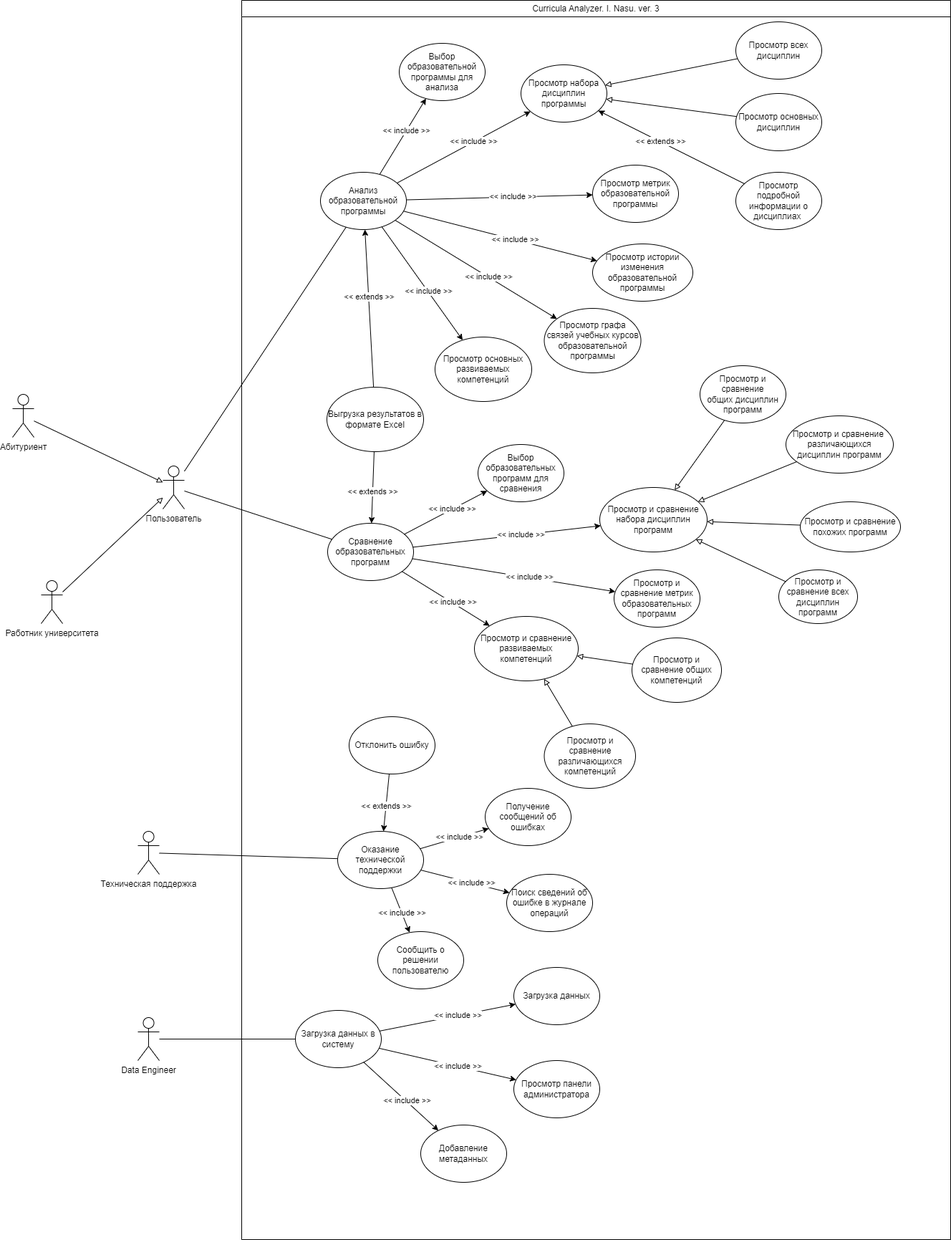
The draw.io diagram docs/HW 1/SSAD.png in yunas-x/Diploma, before a commit. Source tidied: cells renumbered, new cells last; positions are measured from the earlier drawing's top-left corner, leaving out a move shared by most shapes.
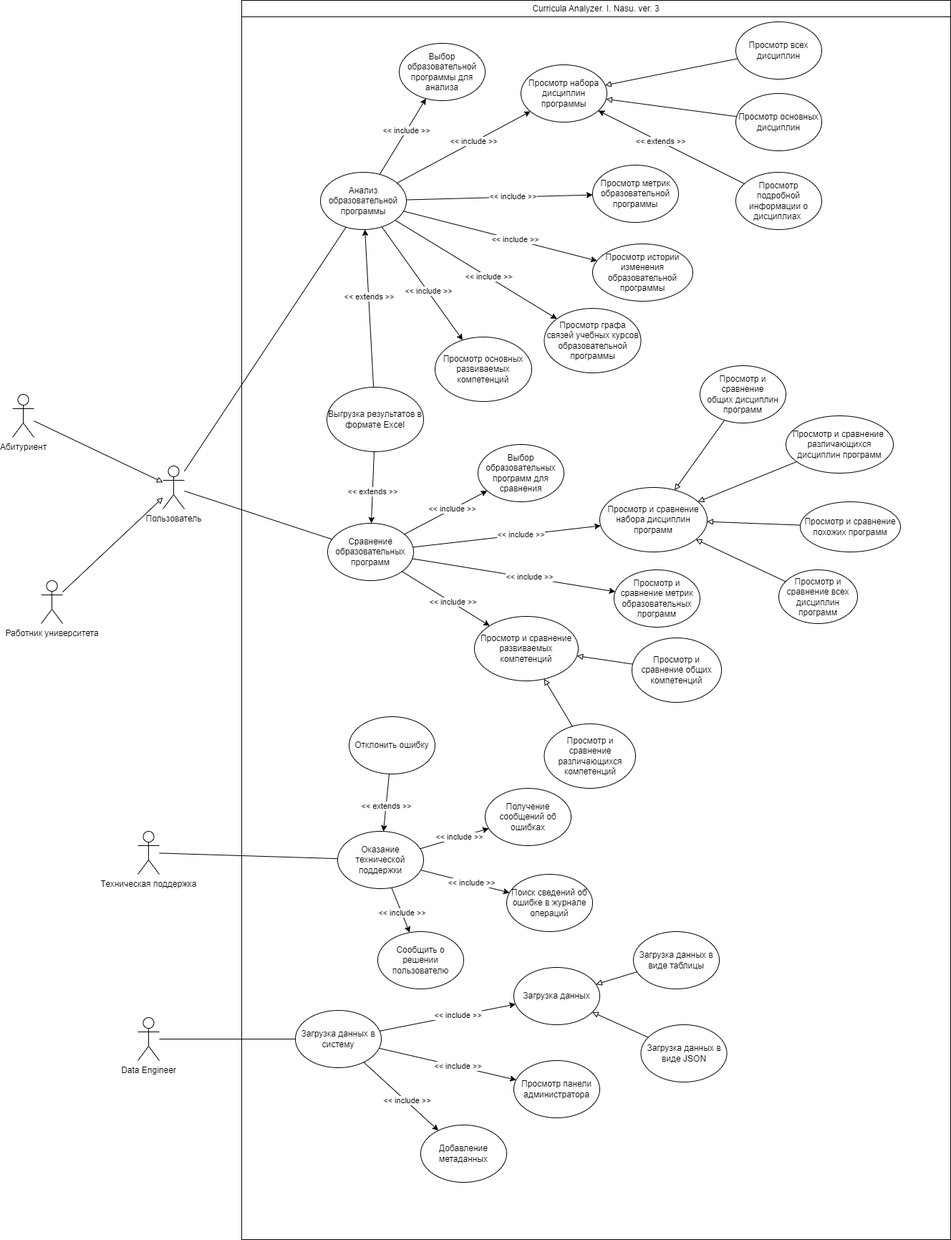
After the change.

The edit, as a diff of the source:
```diff
@@ -195,7 +195,7 @@
     <mxCell id="58" value="Загрузка данных" style="ellipse;whiteSpace=wrap;html=1;" parent="2" vertex="1">
       <mxGeometry x="380" y="1350" width="120" height="80" as="geometry" />
     </mxCell>
-    <mxCell id="59" style="rounded=0;jettySize=auto;html=1;" parent="2" edge="1" source="13" target="58">
+    <mxCell id="59" value="С" style="rounded=0;jettySize=auto;html=1;" parent="2" edge="1" source="13" target="58">
       <mxGeometry relative="1" as="geometry" />
     </mxCell>
     <mxCell id="60" value="&amp;lt;&amp;lt; include &amp;gt;&amp;gt;" style="edgeLabel;html=1;align=center;verticalAlign=middle;" parent="59" vertex="1">
@@ -258,8 +258,10 @@
         <mxPoint y="-1" as="offset" />
       </mxGeometry>
     </mxCell>
-    <mxCell id="76" style="rounded=0;jettySize=auto;html=1;" parent="2" edge="1" source="73" target="6">
-      <mxGeometry relative="1" as="geometry" />
+    <mxCell id="76" style="rounded=0;jettySize=auto;html=1;" parent="2" edge="1" source="73">
+      <mxGeometry relative="1" as="geometry">
+        <mxPoint x="181" y="730" as="targetPoint" />
+      </mxGeometry>
     </mxCell>
     <mxCell id="77" value="&amp;lt;&amp;lt; extends &amp;gt;&amp;gt;" style="edgeLabel;html=1;align=center;verticalAlign=middle;" parent="76" vertex="1">
       <mxGeometry x="0.15" relative="1" as="geometry">
@@ -288,6 +290,18 @@
         <mxPoint y="-1" as="offset" />
       </mxGeometry>
     </mxCell>
+    <mxCell id="93" value="Загрузка данных в виде таблицы" style="ellipse;whiteSpace=wrap;html=1;" parent="2" vertex="1">
+      <mxGeometry x="547" y="1300" width="120" height="80" as="geometry" />
+    </mxCell>
+    <mxCell id="94" value="Загрузка данных в виде JSON" style="ellipse;whiteSpace=wrap;html=1;" parent="2" vertex="1">
+      <mxGeometry x="557.5" y="1430" width="120" height="80" as="geometry" />
+    </mxCell>
+    <mxCell id="95" style="rounded=0;jettySize=auto;html=1;endArrow=block;endFill=0;" parent="2" edge="1" source="93" target="58">
+      <mxGeometry relative="1" as="geometry" />
+    </mxCell>
+    <mxCell id="96" style="rounded=0;jettySize=auto;html=1;endArrow=block;endFill=0;" parent="2" edge="1" source="94" target="58">
+      <mxGeometry relative="1" as="geometry" />
+    </mxCell>
     <mxCell id="84" style="rounded=0;jettySize=auto;html=1;endArrow=none;endFill=0;" parent="1" edge="1" source="85" target="5">
       <mxGeometry relative="1" as="geometry" />
     </mxCell>
```
